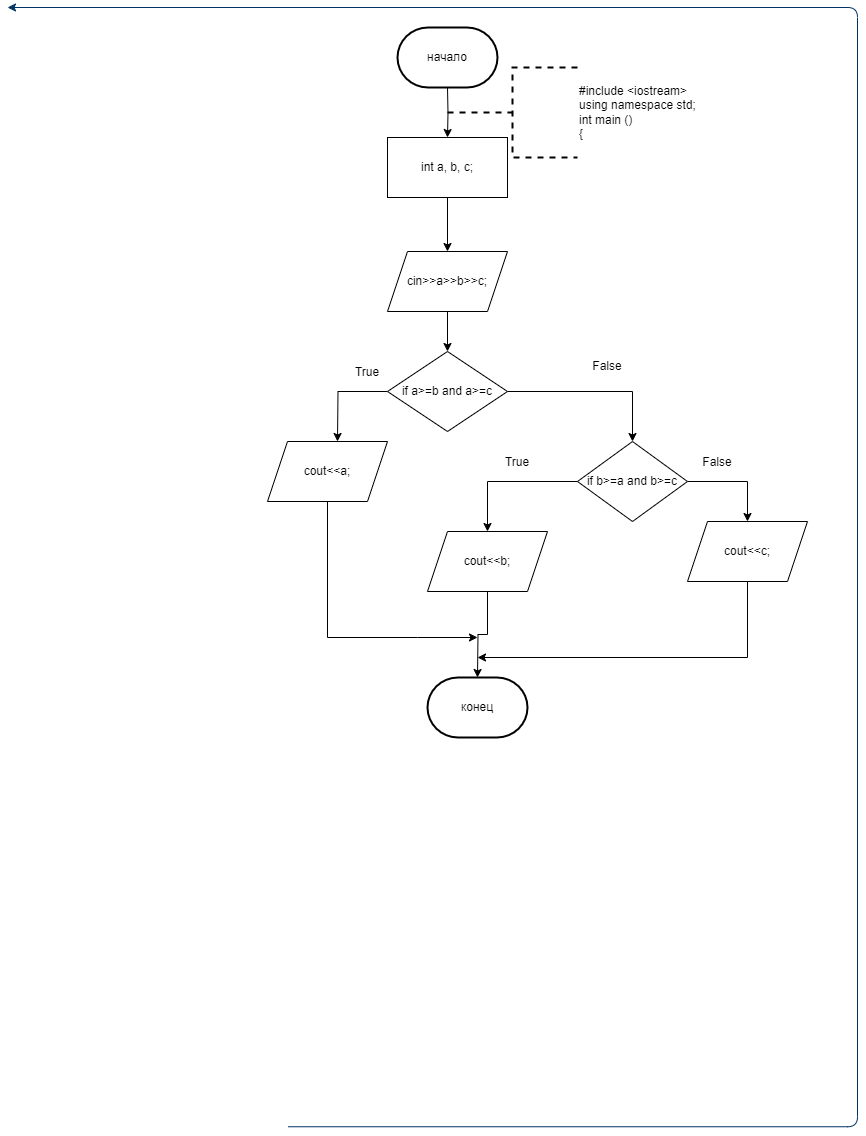
ksinph/PSTU_LABS_2023 keeps this draw.io diagram as 1_1.drawio.png. Above is the earlier version. Source tidied: cells renumbered, new cells last; positions are measured from the earlier drawing's top-left corner, leaving out a move shared by most shapes. Source of this version:
```xml
<mxGraphModel>
  <root>
    <mxCell id="0" />
    <mxCell id="1" parent="0" />
    <mxCell id="2" style="edgeStyle=elbowEdgeStyle;elbow=horizontal;exitX=1;exitY=0.5;exitPerimeter=0;entryX=0.905;entryY=0.5;entryPerimeter=0;fontStyle=1;strokeColor=#003366;strokeWidth=1;html=1;" parent="1" edge="1">
      <mxGeometry as="geometry">
        <mxPoint x="280.5" y="1119.2" as="sourcePoint" />
        <mxPoint as="targetPoint" />
        <Array as="points">
          <mxPoint x="850" y="1320" />
        </Array>
      </mxGeometry>
    </mxCell>
    <mxCell id="3" style="edgeStyle=orthogonalEdgeStyle;rounded=0;jettySize=auto;html=1;exitX=0.5;exitY=1;exitDx=0;exitDy=0;entryX=0.5;entryY=0;entryDx=0;entryDy=0;" parent="1" edge="1" target="19">
      <mxGeometry relative="1" as="geometry">
        <mxPoint x="440" y="80" as="sourcePoint" />
      </mxGeometry>
    </mxCell>
    <mxCell id="4" style="edgeStyle=orthogonalEdgeStyle;rounded=0;jettySize=auto;html=1;exitX=0.5;exitY=1;exitDx=0;exitDy=0;entryX=0.5;entryY=0;entryDx=0;entryDy=0;" parent="1" edge="1" source="5" target="8">
      <mxGeometry relative="1" as="geometry" />
    </mxCell>
    <mxCell id="5" value="cin&amp;gt;&amp;gt;a&amp;gt;&amp;gt;b&amp;gt;&amp;gt;c;" style="shape=parallelogram;perimeter=parallelogramPerimeter;whiteSpace=wrap;html=1;fixedSize=1;" parent="1" vertex="1">
      <mxGeometry x="380" y="244" width="120" height="60" as="geometry" />
    </mxCell>
    <mxCell id="6" style="edgeStyle=orthogonalEdgeStyle;rounded=0;jettySize=auto;html=1;exitX=1;exitY=0.5;exitDx=0;exitDy=0;" parent="1" edge="1" source="8" target="11">
      <mxGeometry relative="1" as="geometry" />
    </mxCell>
    <mxCell id="7" style="edgeStyle=orthogonalEdgeStyle;rounded=0;jettySize=auto;html=1;exitX=0;exitY=0.5;exitDx=0;exitDy=0;" parent="1" edge="1" source="8">
      <mxGeometry relative="1" as="geometry">
        <mxPoint x="330" y="434" as="targetPoint" />
      </mxGeometry>
    </mxCell>
    <mxCell id="8" value="if a&amp;gt;=b and a&amp;gt;=c" style="rhombus;whiteSpace=wrap;html=1;" parent="1" vertex="1">
      <mxGeometry x="380" y="344" width="120" height="80" as="geometry" />
    </mxCell>
    <mxCell id="9" style="edgeStyle=orthogonalEdgeStyle;rounded=0;jettySize=auto;html=1;exitX=1;exitY=0.5;exitDx=0;exitDy=0;" parent="1" edge="1" source="11" target="15">
      <mxGeometry relative="1" as="geometry" />
    </mxCell>
    <mxCell id="10" style="edgeStyle=orthogonalEdgeStyle;rounded=0;jettySize=auto;html=1;" parent="1" edge="1" source="11" target="17">
      <mxGeometry relative="1" as="geometry" />
    </mxCell>
    <mxCell id="11" value="if b&amp;gt;=a and b&amp;gt;=c" style="rhombus;whiteSpace=wrap;html=1;" parent="1" vertex="1">
      <mxGeometry x="570" y="434" width="110" height="80" as="geometry" />
    </mxCell>
    <mxCell id="12" style="edgeStyle=orthogonalEdgeStyle;rounded=0;jettySize=auto;html=1;exitX=0.5;exitY=1;exitDx=0;exitDy=0;" parent="1" edge="1" source="13">
      <mxGeometry relative="1" as="geometry">
        <mxPoint x="470" y="630" as="targetPoint" />
        <Array as="points">
          <mxPoint x="320" y="630" />
          <mxPoint x="410" y="630" />
        </Array>
      </mxGeometry>
    </mxCell>
    <mxCell id="13" value="cout&amp;lt;&amp;lt;a;" style="shape=parallelogram;perimeter=parallelogramPerimeter;whiteSpace=wrap;html=1;fixedSize=1;" parent="1" vertex="1">
      <mxGeometry x="260" y="434" width="120" height="60" as="geometry" />
    </mxCell>
    <mxCell id="14" style="edgeStyle=orthogonalEdgeStyle;rounded=0;jettySize=auto;html=1;exitX=0.5;exitY=1;exitDx=0;exitDy=0;" parent="1" edge="1" source="15">
      <mxGeometry relative="1" as="geometry">
        <mxPoint x="470" y="650" as="targetPoint" />
        <Array as="points">
          <mxPoint x="740" y="650" />
        </Array>
      </mxGeometry>
    </mxCell>
    <mxCell id="15" value="cout&amp;lt;&amp;lt;c;" style="shape=parallelogram;perimeter=parallelogramPerimeter;whiteSpace=wrap;html=1;fixedSize=1;" parent="1" vertex="1">
      <mxGeometry x="680" y="514" width="120" height="60" as="geometry" />
    </mxCell>
    <mxCell id="16" style="edgeStyle=orthogonalEdgeStyle;rounded=0;jettySize=auto;html=1;exitX=0.5;exitY=1;exitDx=0;exitDy=0;entryX=0.5;entryY=0;entryDx=0;entryDy=0;" parent="1" edge="1" source="17">
      <mxGeometry relative="1" as="geometry">
        <mxPoint x="470" y="670" as="targetPoint" />
      </mxGeometry>
    </mxCell>
    <mxCell id="17" value="cout&amp;lt;&amp;lt;b;" style="shape=parallelogram;perimeter=parallelogramPerimeter;whiteSpace=wrap;html=1;fixedSize=1;" parent="1" vertex="1">
      <mxGeometry x="420" y="524" width="120" height="60" as="geometry" />
    </mxCell>
    <mxCell id="18" style="edgeStyle=orthogonalEdgeStyle;rounded=0;jettySize=auto;html=1;exitX=0.5;exitY=1;exitDx=0;exitDy=0;entryX=0.5;entryY=0;entryDx=0;entryDy=0;" parent="1" edge="1" source="19" target="5">
      <mxGeometry relative="1" as="geometry" />
    </mxCell>
    <mxCell id="19" value="int a, b, c;" style="rounded=0;whiteSpace=wrap;html=1;" parent="1" vertex="1">
      <mxGeometry x="380" y="130" width="120" height="60" as="geometry" />
    </mxCell>
    <mxCell id="20" value="#include &amp;lt;iostream&amp;gt;&lt;br&gt;using namespace std;&lt;br&gt;int main ()&lt;br&gt;{" style="strokeWidth=2;html=1;shape=mxgraph.flowchart.annotation_2;align=left;labelPosition=right;dashed=1;" parent="1" vertex="1">
      <mxGeometry x="440" y="60" width="130" height="90" as="geometry" />
    </mxCell>
    <mxCell id="21" value="конец" style="strokeWidth=2;html=1;shape=mxgraph.flowchart.terminator;whiteSpace=wrap;" parent="1" vertex="1">
      <mxGeometry x="420" y="670" width="100" height="60" as="geometry" />
    </mxCell>
    <mxCell id="22" value="начало" style="strokeWidth=2;html=1;shape=mxgraph.flowchart.terminator;whiteSpace=wrap;" parent="1" vertex="1">
      <mxGeometry x="390" y="20" width="100" height="60" as="geometry" />
    </mxCell>
    <mxCell id="23" value="True" style="text;html=1;strokeColor=none;fillColor=none;align=center;verticalAlign=middle;whiteSpace=wrap;rounded=0;" parent="1" vertex="1">
      <mxGeometry x="330" y="350" width="60" height="30" as="geometry" />
    </mxCell>
    <mxCell id="24" value="False" style="text;html=1;strokeColor=none;fillColor=none;align=center;verticalAlign=middle;whiteSpace=wrap;rounded=0;" parent="1" vertex="1">
      <mxGeometry x="570" y="344" width="60" height="30" as="geometry" />
    </mxCell>
    <mxCell id="25" value="True" style="text;html=1;strokeColor=none;fillColor=none;align=center;verticalAlign=middle;whiteSpace=wrap;rounded=0;" parent="1" vertex="1">
      <mxGeometry x="480" y="440" width="60" height="30" as="geometry" />
    </mxCell>
    <mxCell id="26" value="False" style="text;html=1;strokeColor=none;fillColor=none;align=center;verticalAlign=middle;whiteSpace=wrap;rounded=0;" parent="1" vertex="1">
      <mxGeometry x="680" y="440" width="60" height="30" as="geometry" />
    </mxCell>
  </root>
</mxGraphModel>
```
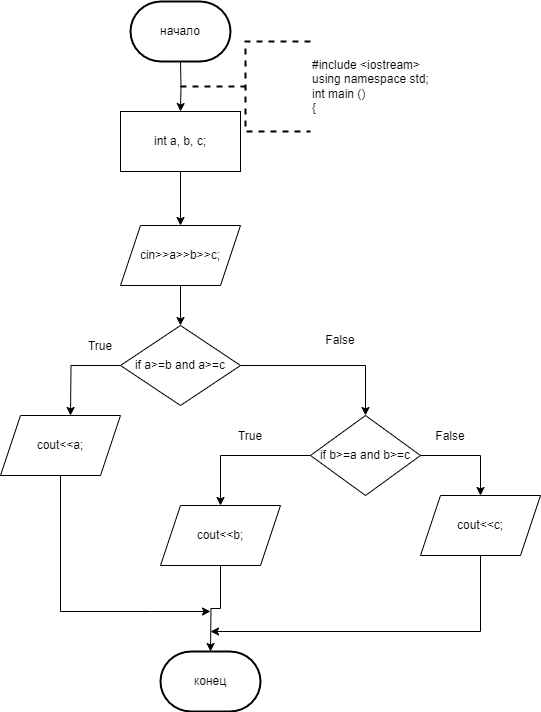
Later version of the same file.

Diff of the diagram source:
```diff
@@ -2,15 +2,6 @@
   <root>
     <mxCell id="0" />
     <mxCell id="1" parent="0" />
-    <mxCell id="2" style="edgeStyle=elbowEdgeStyle;elbow=horizontal;exitX=1;exitY=0.5;exitPerimeter=0;entryX=0.905;entryY=0.5;entryPerimeter=0;fontStyle=1;strokeColor=#003366;strokeWidth=1;html=1;" parent="1" edge="1">
-      <mxGeometry as="geometry">
-        <mxPoint x="280.5" y="1119.2" as="sourcePoint" />
-        <mxPoint as="targetPoint" />
-        <Array as="points">
-          <mxPoint x="850" y="1320" />
-        </Array>
-      </mxGeometry>
-    </mxCell>
     <mxCell id="3" style="edgeStyle=orthogonalEdgeStyle;rounded=0;jettySize=auto;html=1;exitX=0.5;exitY=1;exitDx=0;exitDy=0;entryX=0.5;entryY=0;entryDx=0;entryDy=0;" parent="1" edge="1" target="19">
       <mxGeometry relative="1" as="geometry">
         <mxPoint x="440" y="80" as="sourcePoint" />
```
